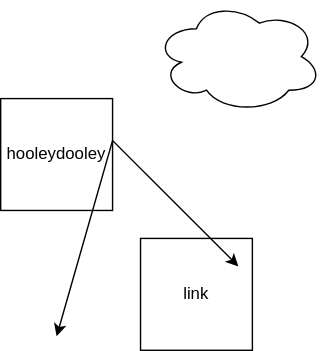
Above: test.drawio.svg in aekiss/test-delete (draw.io), before the change. Source tidied: cells renumbered, new cells last; positions are measured from the earlier drawing's top-left corner, leaving out a move shared by most shapes.
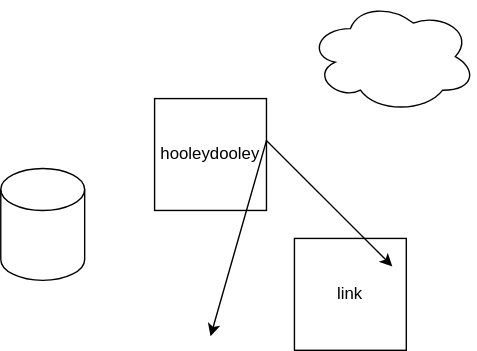
Above is the later version.

Change to the diagram source:
```diff
@@ -20,5 +20,8 @@
     <mxCell id="5" style="ellipse;shape=cloud;whiteSpace=wrap;html=1;" parent="1" vertex="1">
       <mxGeometry x="110" width="120" height="80" as="geometry" />
     </mxCell>
+    <mxCell id="6" style="shape=cylinder3;whiteSpace=wrap;html=1;boundedLbl=1;backgroundOutline=1;size=15;" parent="1" vertex="1">
+      <mxGeometry x="-110" y="120" width="60" height="80" as="geometry" />
+    </mxCell>
   </root>
 </mxGraphModel>
```
